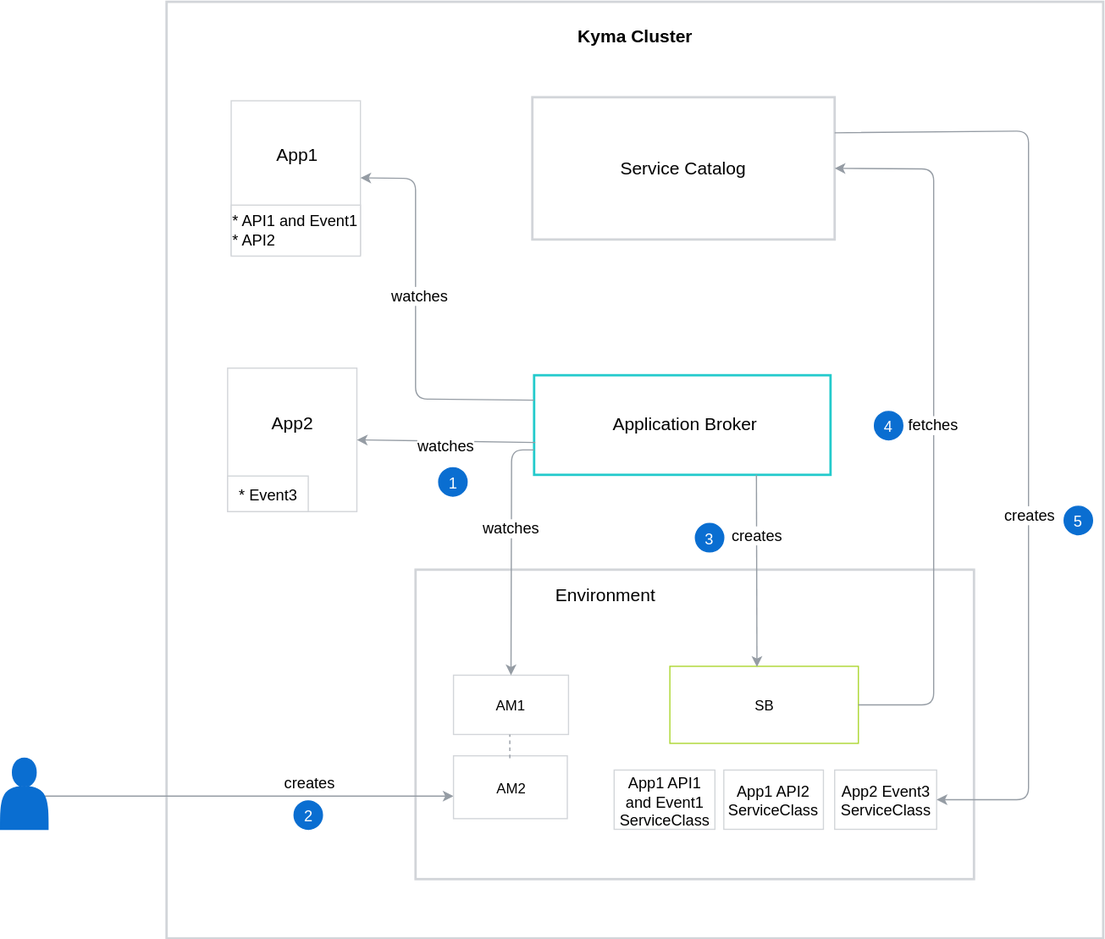
Earlier version of the draw.io export docs/application-connector-compass-mode/assets/004-AB-architecture.svg (kyma-project/kyma). Source tidied: cells renumbered, new cells last; positions are measured from the earlier drawing's top-left corner, leaving out a move shared by most shapes.
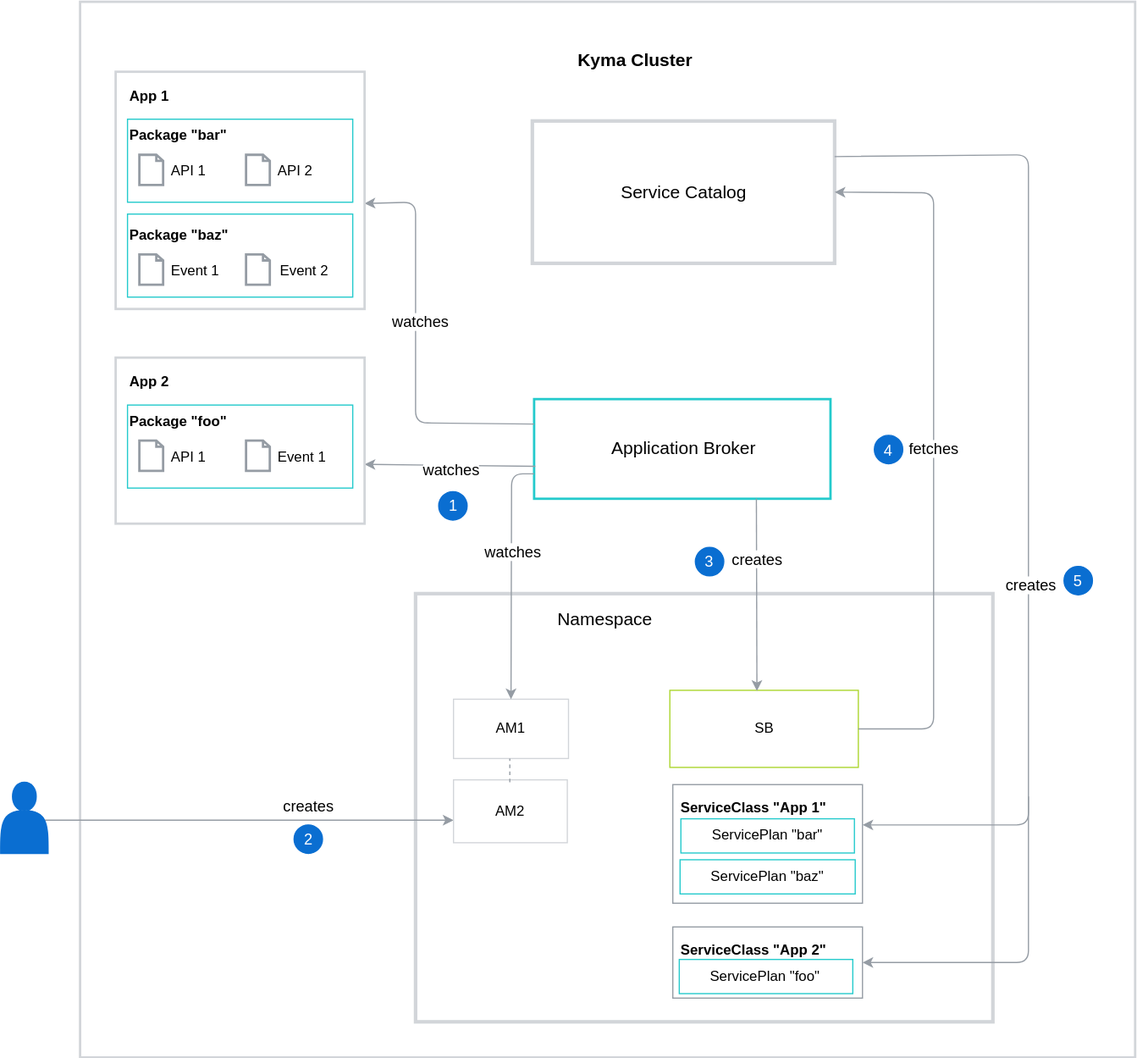
After the commit.

The edit, as a diff of the source:
```diff
@@ -3,7 +3,7 @@
     <mxCell id="0" />
     <mxCell id="1" parent="0" />
     <mxCell id="2" style="whiteSpace=wrap;html=1;strokeColor=#D2D5D9;strokeWidth=2;" parent="1" vertex="1">
-      <mxGeometry x="140" width="790" height="790" as="geometry" />
+      <mxGeometry x="67" y="-20" width="890" height="890" as="geometry" />
     </mxCell>
     <mxCell id="3" value="&lt;font style=&quot;font-size: 15px&quot;&gt;&lt;b&gt;Kyma Cluster&lt;/b&gt;&lt;/font&gt;" style="text;html=1;strokeColor=none;fillColor=none;align=center;verticalAlign=middle;whiteSpace=wrap;rounded=0;strokeWidth=3;" parent="1" vertex="1">
       <mxGeometry x="483.5" y="19" width="103" height="20" as="geometry" />
@@ -17,35 +17,11 @@
     <mxCell id="6" value="&lt;div style=&quot;text-align: center&quot;&gt;&lt;span style=&quot;color: rgb(255 , 255 , 255)&quot;&gt;&lt;font style=&quot;font-size: 13px&quot;&gt;1&lt;/font&gt;&lt;/span&gt;&lt;/div&gt;" style="ellipse;whiteSpace=wrap;html=1;strokeColor=#0A6ED1;strokeWidth=1;fillColor=#0A6ED1;" parent="1" vertex="1">
       <mxGeometry x="369.5" y="393" width="24" height="24" as="geometry" />
     </mxCell>
-    <mxCell id="7" style="rounded=0;whiteSpace=wrap;html=1;strokeColor=#D2D5D9;" parent="1" vertex="1">
-      <mxGeometry x="194.5" y="83.5" width="109" height="130" as="geometry" />
-    </mxCell>
-    <mxCell id="8" value="&lt;font style=&quot;font-size: 15px&quot;&gt;App1&lt;/font&gt;&lt;br&gt;" style="text;html=1;strokeColor=none;fillColor=none;align=center;verticalAlign=middle;whiteSpace=wrap;rounded=0;" parent="1" vertex="1">
-      <mxGeometry x="221.5" y="103.5" width="55" height="50" as="geometry" />
-    </mxCell>
-    <mxCell id="9" style="rounded=0;whiteSpace=wrap;html=1;strokeColor=#D2D5D9;" parent="1" vertex="1">
-      <mxGeometry x="194.5" y="171.5" width="109" height="43" as="geometry" />
-    </mxCell>
-    <mxCell id="10" style="rounded=0;whiteSpace=wrap;html=1;strokeColor=#D2D5D9;" parent="1" vertex="1">
-      <mxGeometry x="191.5" y="309" width="109" height="121" as="geometry" />
-    </mxCell>
-    <mxCell id="11" value="&lt;font style=&quot;font-size: 15px&quot;&gt;App2&lt;/font&gt;&lt;br&gt;" style="text;html=1;strokeColor=none;fillColor=none;align=center;verticalAlign=middle;whiteSpace=wrap;rounded=0;" parent="1" vertex="1">
-      <mxGeometry x="223" y="330" width="45" height="50" as="geometry" />
-    </mxCell>
-    <mxCell id="12" style="rounded=0;whiteSpace=wrap;html=1;strokeColor=#D2D5D9;" parent="1" vertex="1">
-      <mxGeometry x="191.5" y="400" width="68" height="30" as="geometry" />
-    </mxCell>
-    <mxCell id="13" value="&lt;font style=&quot;font-size: 13px&quot;&gt;* Event3&lt;/font&gt;&lt;br&gt;" style="text;html=1;strokeColor=none;fillColor=none;align=center;verticalAlign=middle;whiteSpace=wrap;rounded=0;" parent="1" vertex="1">
-      <mxGeometry x="199" y="405.5" width="54" height="20" as="geometry" />
-    </mxCell>
-    <mxCell id="14" value="&lt;font style=&quot;font-size: 15px&quot;&gt;Service Catalog&lt;/font&gt;" style="rounded=0;whiteSpace=wrap;html=1;strokeColor=#D2D5D9;strokeWidth=2;" parent="1" vertex="1">
+    <mxCell id="14" value="&lt;font style=&quot;font-size: 15px&quot;&gt;Service Catalog&lt;/font&gt;" style="rounded=0;whiteSpace=wrap;html=1;strokeColor=#D2D5D9;strokeWidth=3;" parent="1" vertex="1">
       <mxGeometry x="448.5" y="80.5" width="255" height="120" as="geometry" />
     </mxCell>
-    <mxCell id="15" value="&lt;font style=&quot;font-size: 13px&quot;&gt;* API1 and Event1&amp;nbsp;&lt;br&gt;&lt;/font&gt;&lt;div style=&quot;text-align: left ; font-size: 13px&quot;&gt;&lt;span&gt;&lt;font style=&quot;font-size: 13px&quot;&gt;* API2&lt;/font&gt;&lt;/span&gt;&lt;/div&gt;" style="text;html=1;strokeColor=none;fillColor=none;align=center;verticalAlign=middle;whiteSpace=wrap;rounded=0;" parent="1" vertex="1">
-      <mxGeometry x="191.5" y="181.5" width="115" height="20" as="geometry" />
-    </mxCell>
-    <mxCell id="16" style="rounded=0;whiteSpace=wrap;html=1;strokeColor=#D2D5D9;strokeWidth=2;fillColor=#ffffff;" parent="1" vertex="1">
-      <mxGeometry x="350" y="479" width="471" height="261" as="geometry" />
+    <mxCell id="16" style="rounded=0;whiteSpace=wrap;html=1;strokeColor=#D2D5D9;strokeWidth=3;fillColor=#ffffff;" parent="1" vertex="1">
+      <mxGeometry x="350" y="479" width="487" height="361" as="geometry" />
     </mxCell>
     <mxCell id="17" style="edgeStyle=orthogonalEdgeStyle;rounded=0;html=1;exitX=0.5;exitY=1;jettySize=auto;orthogonalLoop=1;strokeColor=#959CA4;" parent="1" edge="1">
       <mxGeometry relative="1" as="geometry">
@@ -62,7 +38,7 @@
     <mxCell id="20" value="&lt;div style=&quot;text-align: center&quot;&gt;&lt;span style=&quot;color: rgb(255 , 255 , 255)&quot;&gt;&lt;font style=&quot;font-size: 13px&quot;&gt;2&lt;/font&gt;&lt;/span&gt;&lt;/div&gt;" style="ellipse;whiteSpace=wrap;html=1;strokeColor=#0A6ED1;strokeWidth=1;fillColor=#0A6ED1;" parent="1" vertex="1">
       <mxGeometry x="247.5" y="674" width="24" height="24" as="geometry" />
     </mxCell>
-    <mxCell id="21" value="&lt;font style=&quot;font-size: 15px&quot;&gt;Environment&lt;/font&gt;" style="text;html=1;strokeColor=none;fillColor=none;align=center;verticalAlign=middle;whiteSpace=wrap;rounded=0;fontSize=13;" parent="1" vertex="1">
+    <mxCell id="21" value="&lt;font style=&quot;font-size: 15px&quot;&gt;Namespace&lt;/font&gt;" style="text;html=1;strokeColor=none;fillColor=none;align=center;verticalAlign=middle;whiteSpace=wrap;rounded=0;fontSize=13;" parent="1" vertex="1">
       <mxGeometry x="490" y="490" width="40" height="20" as="geometry" />
     </mxCell>
     <mxCell id="22" value="&lt;div style=&quot;text-align: center&quot;&gt;&lt;font color=&quot;#ffffff&quot;&gt;&lt;span style=&quot;font-size: 13px&quot;&gt;3&lt;/span&gt;&lt;/font&gt;&lt;/div&gt;" style="ellipse;whiteSpace=wrap;html=1;strokeColor=#0A6ED1;strokeWidth=1;fillColor=#0A6ED1;" parent="1" vertex="1">
@@ -87,14 +63,17 @@
     <mxCell id="27" value="creates" style="text;html=1;align=center;verticalAlign=middle;labelBackgroundColor=#ffffff;fontSize=13;fontColor=#000000;" parent="26" vertex="1">
       <mxGeometry x="-0.38" relative="1" as="geometry" />
     </mxCell>
-    <mxCell id="28" style="endArrow=classic;html=1;strokeColor=#959CA4;fontSize=13;fontColor=#0A6ED1;exitX=0.004;exitY=0.675;entryX=1;entryY=0.5;exitPerimeter=0;" parent="1" edge="1" source="4" target="10">
-      <mxGeometry relative="1" as="geometry" />
+    <mxCell id="28" style="endArrow=classic;html=1;strokeColor=#959CA4;fontSize=13;fontColor=#0A6ED1;exitX=0.004;exitY=0.675;exitPerimeter=0;" parent="1" edge="1" source="4">
+      <mxGeometry relative="1" as="geometry">
+        <mxPoint x="307" y="370" as="targetPoint" />
+      </mxGeometry>
     </mxCell>
     <mxCell id="29" value="watches" style="text;html=1;align=center;verticalAlign=middle;labelBackgroundColor=#ffffff;fontSize=13;fontColor=#000000;" parent="28" vertex="1">
       <mxGeometry y="3" relative="1" as="geometry" />
     </mxCell>
-    <mxCell id="30" style="endArrow=classic;html=1;strokeColor=#959CA4;fontSize=13;fontColor=#0A6ED1;exitX=0;exitY=0.25;entryX=1;entryY=0.5;" parent="1" edge="1" source="4" target="7">
+    <mxCell id="30" style="endArrow=classic;html=1;strokeColor=#959CA4;fontSize=13;fontColor=#0A6ED1;exitX=0;exitY=0.25;" parent="1" edge="1" source="4">
       <mxGeometry relative="1" as="geometry">
+        <mxPoint x="307" y="150" as="targetPoint" />
         <Array as="points">
           <mxPoint x="350" y="335" />
           <mxPoint x="350" y="149" />
@@ -119,20 +98,11 @@
         <mxPoint x="3" y="24.5" as="offset" />
       </mxGeometry>
     </mxCell>
-    <mxCell id="35" value="&lt;font style=&quot;font-size: 13px&quot;&gt;App1 API1 and Event1 ServiceClass&lt;/font&gt;" style="rounded=0;whiteSpace=wrap;html=1;strokeColor=#D2D5D9;strokeWidth=1;fillColor=#ffffff;" parent="1" vertex="1">
-      <mxGeometry x="517.5" y="648" width="85" height="50" as="geometry" />
-    </mxCell>
-    <mxCell id="36" value="&lt;font style=&quot;font-size: 13px&quot;&gt;App1 API2 ServiceClass&lt;/font&gt;" style="rounded=0;whiteSpace=wrap;html=1;strokeColor=#D2D5D9;strokeWidth=1;fillColor=#ffffff;" parent="1" vertex="1">
-      <mxGeometry x="610" y="648" width="84" height="50" as="geometry" />
-    </mxCell>
-    <mxCell id="37" value="&lt;font style=&quot;font-size: 13px&quot;&gt;App2 Event3 ServiceClass&lt;/font&gt;" style="rounded=0;whiteSpace=wrap;html=1;strokeColor=#D2D5D9;strokeWidth=1;fillColor=#ffffff;" parent="1" vertex="1">
-      <mxGeometry x="703.5" y="648" width="86" height="50" as="geometry" />
-    </mxCell>
-    <mxCell id="38" style="endArrow=classic;html=1;strokeColor=#959CA4;fontSize=13;fontColor=#000000;exitX=1;exitY=0.25;entryX=1;entryY=0.5;" parent="1" edge="1" source="14" target="37">
+    <mxCell id="38" style="endArrow=classic;html=1;strokeColor=#959CA4;fontSize=13;fontColor=#000000;exitX=1;exitY=0.25;entryX=1;entryY=0.34;entryDx=0;entryDy=0;entryPerimeter=0;" parent="1" edge="1" source="14" target="74">
       <mxGeometry relative="1" as="geometry">
         <Array as="points">
           <mxPoint x="867" y="109" />
-          <mxPoint x="867" y="673" />
+          <mxPoint x="867" y="674" />
         </Array>
       </mxGeometry>
     </mxCell>
@@ -157,7 +127,126 @@
       <mxGeometry x="737" y="345.5" width="24" height="24" as="geometry" />
     </mxCell>
     <mxCell id="43" value="&lt;div style=&quot;text-align: center&quot;&gt;&lt;font color=&quot;#ffffff&quot;&gt;&lt;span style=&quot;font-size: 13px&quot;&gt;5&lt;/span&gt;&lt;/font&gt;&lt;/div&gt;" style="ellipse;whiteSpace=wrap;html=1;strokeColor=#0A6ED1;strokeWidth=1;fillColor=#0A6ED1;" parent="1" vertex="1">
-      <mxGeometry x="897" y="425.5" width="24" height="24" as="geometry" />
+      <mxGeometry x="897" y="456" width="24" height="24" as="geometry" />
     </mxCell>
+    <mxCell id="44" style="group;" parent="1" vertex="1">
+      <mxGeometry x="97" y="39" width="257.5" height="200" as="geometry" />
+    </mxCell>
+    <mxCell id="45" style="rounded=0;whiteSpace=wrap;html=1;strokeColor=#D2D5D9;strokeWidth=2;" parent="44" vertex="1">
+      <mxGeometry width="210" height="200" as="geometry" />
+    </mxCell>
+    <mxCell id="46" value="&lt;div&gt;&lt;b&gt;App 1&lt;/b&gt;&lt;/div&gt;" style="text;html=1;" parent="44" vertex="1">
+      <mxGeometry x="10" y="7" width="105" height="30" as="geometry" />
+    </mxCell>
+    <mxCell id="47" style="rounded=0;whiteSpace=wrap;html=1;strokeColor=#24CACC;strokeWidth=1;" parent="44" vertex="1">
+      <mxGeometry x="10" y="40" width="190" height="70" as="geometry" />
+    </mxCell>
+    <mxCell id="48" value="Package &quot;bar&quot;" style="text;html=1;fontStyle=1;" parent="44" vertex="1">
+      <mxGeometry x="10" y="40" width="120" height="30" as="geometry" />
+    </mxCell>
+    <mxCell id="49" style="group;" parent="44" vertex="1">
+      <mxGeometry x="20" y="70" width="230" height="25.5" as="geometry" />
+    </mxCell>
+    <mxCell id="50" style="html=1;verticalLabelPosition=bottom;align=center;labelBackgroundColor=#ffffff;verticalAlign=top;strokeWidth=2;strokeColor=#959CA4;shadow=0;dashed=0;shape=mxgraph.ios7.icons.document;" parent="49" vertex="1">
+      <mxGeometry width="20" height="25.5" as="geometry" />
+    </mxCell>
+    <mxCell id="51" value="API 1" style="text;html=1;" parent="49" vertex="1">
+      <mxGeometry x="25" width="110" height="25.5" as="geometry" />
+    </mxCell>
+    <mxCell id="52" style="group;" parent="49" vertex="1">
+      <mxGeometry x="90" width="135" height="25.5" as="geometry" />
+    </mxCell>
+    <mxCell id="53" style="html=1;verticalLabelPosition=bottom;align=center;labelBackgroundColor=#ffffff;verticalAlign=top;strokeWidth=2;strokeColor=#959CA4;shadow=0;dashed=0;shape=mxgraph.ios7.icons.document;" parent="52" vertex="1">
+      <mxGeometry width="20" height="25.5" as="geometry" />
+    </mxCell>
+    <mxCell id="54" value="API 2" style="text;html=1;" parent="52" vertex="1">
+      <mxGeometry x="25" width="110" height="25.5" as="geometry" />
+    </mxCell>
+    <mxCell id="55" style="rounded=0;whiteSpace=wrap;html=1;strokeColor=#24CACC;strokeWidth=1;" parent="44" vertex="1">
+      <mxGeometry x="10" y="120" width="190" height="70" as="geometry" />
+    </mxCell>
+    <mxCell id="56" value="Package &quot;baz&quot;" style="text;html=1;fontStyle=1;" parent="44" vertex="1">
+      <mxGeometry x="10" y="124" width="120" height="30" as="geometry" />
+    </mxCell>
+    <mxCell id="57" style="group;" parent="44" vertex="1">
+      <mxGeometry x="20" y="154" width="237.5" height="25.5" as="geometry" />
+    </mxCell>
+    <mxCell id="58" style="html=1;verticalLabelPosition=bottom;align=center;labelBackgroundColor=#ffffff;verticalAlign=top;strokeWidth=2;strokeColor=#959CA4;shadow=0;dashed=0;shape=mxgraph.ios7.icons.document;" parent="57" vertex="1">
+      <mxGeometry width="20" height="25.5" as="geometry" />
+    </mxCell>
+    <mxCell id="59" value="Event 1" style="text;html=1;" parent="57" vertex="1">
+      <mxGeometry x="25" width="110" height="25.5" as="geometry" />
+    </mxCell>
+    <mxCell id="60" value="Event 2" style="text;html=1;" parent="44" vertex="1">
+      <mxGeometry x="137" y="154" width="100" height="25.5" as="geometry" />
+    </mxCell>
+    <mxCell id="61" style="html=1;verticalLabelPosition=bottom;align=center;labelBackgroundColor=#ffffff;verticalAlign=top;strokeWidth=2;strokeColor=#959CA4;shadow=0;dashed=0;shape=mxgraph.ios7.icons.document;" parent="44" vertex="1">
+      <mxGeometry x="110" y="154" width="20" height="25.5" as="geometry" />
+    </mxCell>
+    <mxCell id="62" style="group;" parent="1" vertex="1">
+      <mxGeometry x="97" y="280" width="257.5" height="200" as="geometry" />
+    </mxCell>
+    <mxCell id="63" style="rounded=0;whiteSpace=wrap;html=1;strokeColor=#D2D5D9;strokeWidth=2;" parent="62" vertex="1">
+      <mxGeometry width="210" height="140" as="geometry" />
+    </mxCell>
+    <mxCell id="64" value="&lt;div&gt;&lt;b&gt;App 2&lt;/b&gt;&lt;/div&gt;" style="text;html=1;" parent="62" vertex="1">
+      <mxGeometry x="10" y="7" width="105" height="30" as="geometry" />
+    </mxCell>
+    <mxCell id="65" style="rounded=0;whiteSpace=wrap;html=1;strokeColor=#24CACC;strokeWidth=1;" parent="62" vertex="1">
+      <mxGeometry x="10" y="40" width="190" height="70" as="geometry" />
+    </mxCell>
+    <mxCell id="66" value="Package &quot;foo&quot;" style="text;html=1;fontStyle=1;" parent="62" vertex="1">
+      <mxGeometry x="10" y="40" width="120" height="30" as="geometry" />
+    </mxCell>
+    <mxCell id="67" style="group;" parent="62" vertex="1">
+      <mxGeometry x="20" y="70" width="230" height="25.5" as="geometry" />
+    </mxCell>
+    <mxCell id="68" style="html=1;verticalLabelPosition=bottom;align=center;labelBackgroundColor=#ffffff;verticalAlign=top;strokeWidth=2;strokeColor=#959CA4;shadow=0;dashed=0;shape=mxgraph.ios7.icons.document;" parent="67" vertex="1">
+      <mxGeometry width="20" height="25.5" as="geometry" />
+    </mxCell>
+    <mxCell id="69" value="API 1" style="text;html=1;" parent="67" vertex="1">
+      <mxGeometry x="25" width="110" height="25.5" as="geometry" />
+    </mxCell>
+    <mxCell id="70" style="group;" parent="67" vertex="1">
+      <mxGeometry x="90" width="135" height="25.5" as="geometry" />
+    </mxCell>
+    <mxCell id="71" style="html=1;verticalLabelPosition=bottom;align=center;labelBackgroundColor=#ffffff;verticalAlign=top;strokeWidth=2;strokeColor=#959CA4;shadow=0;dashed=0;shape=mxgraph.ios7.icons.document;" parent="70" vertex="1">
+      <mxGeometry width="20" height="25.5" as="geometry" />
+    </mxCell>
+    <mxCell id="72" value="Event 1" style="text;html=1;" parent="70" vertex="1">
+      <mxGeometry x="25" width="110" height="25.5" as="geometry" />
+    </mxCell>
+    <mxCell id="73" style="group;" parent="1" vertex="1">
+      <mxGeometry x="567" y="640" width="160" height="100" as="geometry" />
+    </mxCell>
+    <mxCell id="74" style="rounded=0;whiteSpace=wrap;html=1;strokeColor=#959CA4;strokeWidth=1;" parent="73" vertex="1">
+      <mxGeometry width="160" height="100" as="geometry" />
+    </mxCell>
+    <mxCell id="75" value="ServiceClass &quot;App 1&quot;" style="text;html=1;fontStyle=1;" parent="73" vertex="1">
+      <mxGeometry x="5.4" y="6" width="81" height="21.4" as="geometry" />
+    </mxCell>
+    <mxCell id="76" value="ServicePlan &quot;bar&quot;" style="rounded=0;whiteSpace=wrap;html=1;strokeColor=#24CACC;strokeWidth=1;" parent="73" vertex="1">
+      <mxGeometry x="6.8" y="28.8" width="146.4" height="28.8" as="geometry" />
+    </mxCell>
+    <mxCell id="77" value="ServicePlan &quot;baz&quot;" style="rounded=0;whiteSpace=wrap;html=1;strokeColor=#24CACC;strokeWidth=1;perimeterSpacing=0;" parent="73" vertex="1">
+      <mxGeometry x="6.1" y="63.3" width="147.7" height="28.8" as="geometry" />
+    </mxCell>
+    <mxCell id="78" style="group;" parent="1" vertex="1">
+      <mxGeometry x="567" y="760" width="160" height="100" as="geometry" />
+    </mxCell>
+    <mxCell id="79" style="rounded=0;whiteSpace=wrap;html=1;strokeColor=#959CA4;strokeWidth=1;" parent="78" vertex="1">
+      <mxGeometry width="160" height="60" as="geometry" />
+    </mxCell>
+    <mxCell id="80" value="ServiceClass &quot;App 2&quot;" style="text;html=1;fontStyle=1;" parent="78" vertex="1">
+      <mxGeometry x="5.4" y="6" width="81" height="21.4" as="geometry" />
+    </mxCell>
+    <mxCell id="81" value="ServicePlan &quot;foo&quot;" style="rounded=0;whiteSpace=wrap;html=1;strokeColor=#24CACC;strokeWidth=1;" parent="78" vertex="1">
+      <mxGeometry x="5.4" y="27.4" width="146.4" height="28.8" as="geometry" />
+    </mxCell>
+    <mxCell id="82" style="edgeStyle=orthogonalEdgeStyle;rounded=1;jettySize=auto;html=1;endArrow=none;endFill=0;startArrow=classic;startFill=1;strokeColor=#959CA4;" parent="1" edge="1" source="79">
+      <mxGeometry relative="1" as="geometry">
+        <mxPoint x="867" y="650" as="targetPoint" />
+      </mxGeometry>
+    </mxCell>
   </root>
 </mxGraphModel>
```
